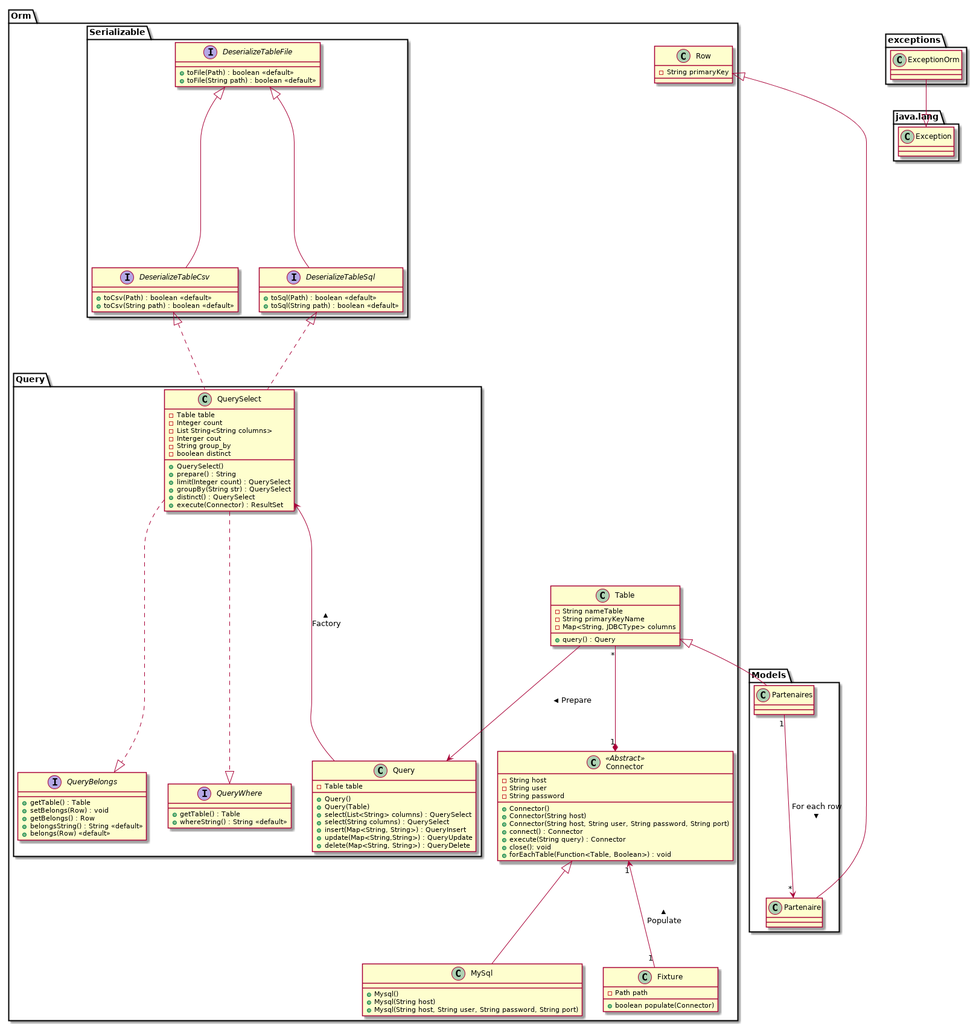
Above: doc/class/models.png in Izanami/autoconcept-app (PlantUML), before the change.
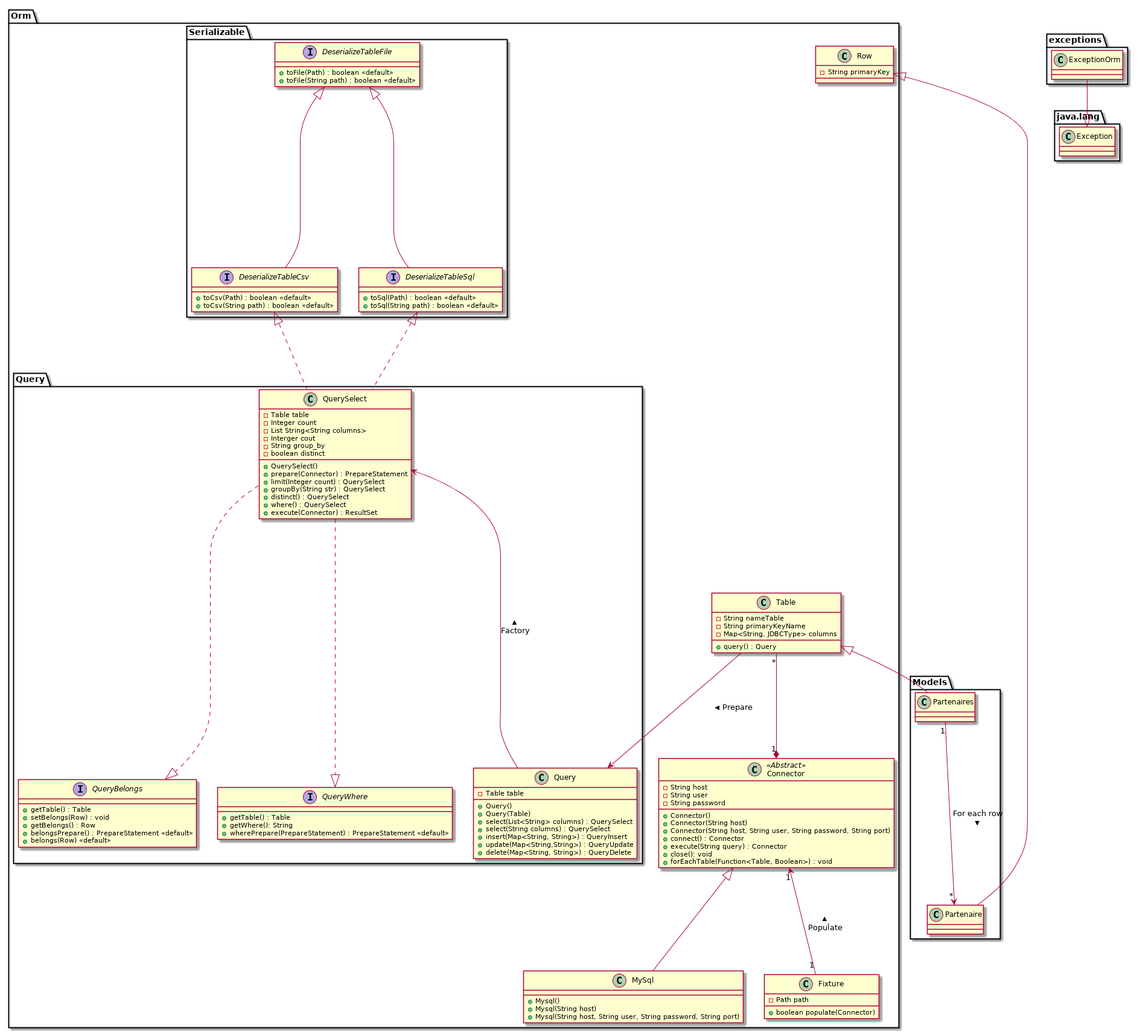
The same file after the commit.

What changed in the source:
```diff
@@ -61,13 +61,14 @@
      + getTable() : Table
      + setBelongs(Row) : void
      + getBelongs() : Row
-     + belongsString() : String <<default>>
+     + belongsPrepare() : PrepareStatement <<default>>
      + belongs(Row) <<default>>
 }
 
 interface QueryWhere {
      + getTable() : Table
-     + whereString() : String <<default>>
+     + getWhere(): String
+     + wherePrepare(PrepareStatement) : PrepareStatement <<default>>
 }
 
 class QuerySelect {
@@ -80,11 +81,12 @@
 
     + QuerySelect()
 
-    + prepare() : String
+    + prepare(Connector) : PrepareStatement
 
     + limit(Integer count) : QuerySelect
     + groupBy(String str) : QuerySelect
     + distinct() : QuerySelect
+    + where() : QuerySelect
     + execute(Connector) : ResultSet
 }
 
```
